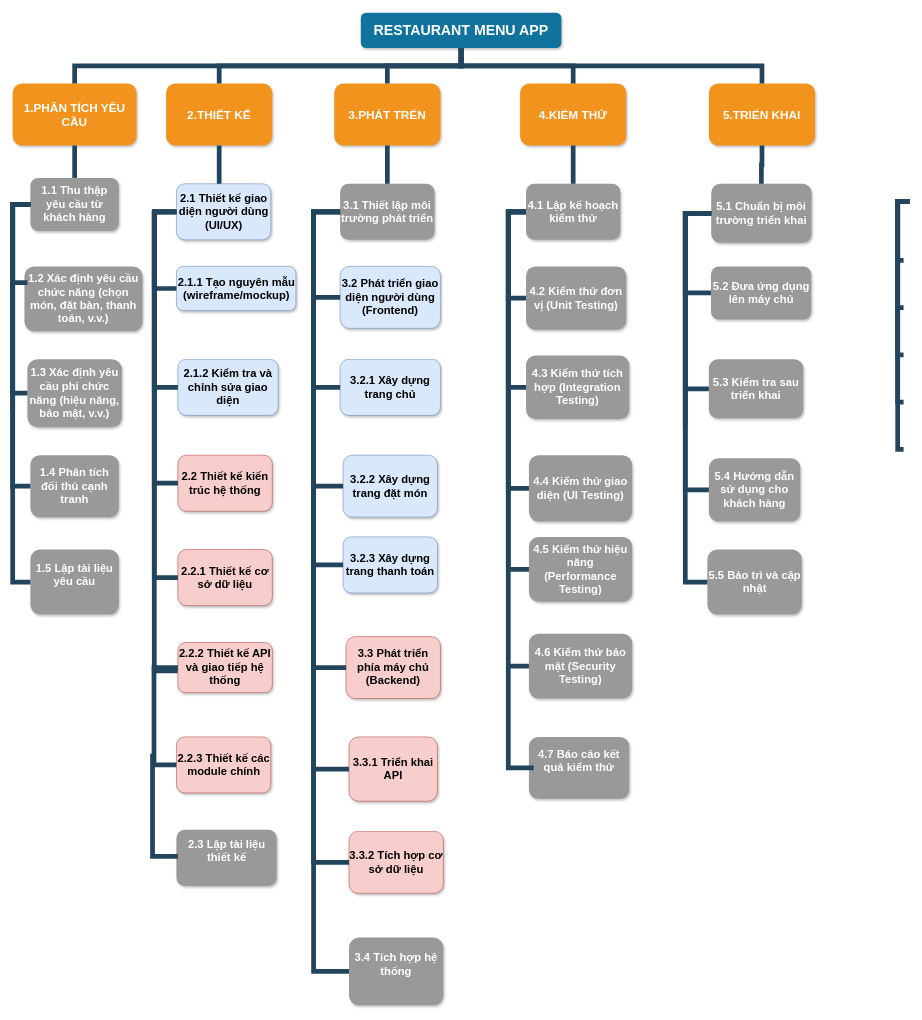
The draw.io diagram WBS.drawio in NhatBlue123/IndividualExercise, before the edit. Source tidied: cells renumbered, new cells numbered last; positions are measured from the earlier drawing's top-left corner, leaving out a move shared by most shapes. Both pictures are drawn from the tidied source at 59%, with x=0, y=0 at pixel (12, 12).
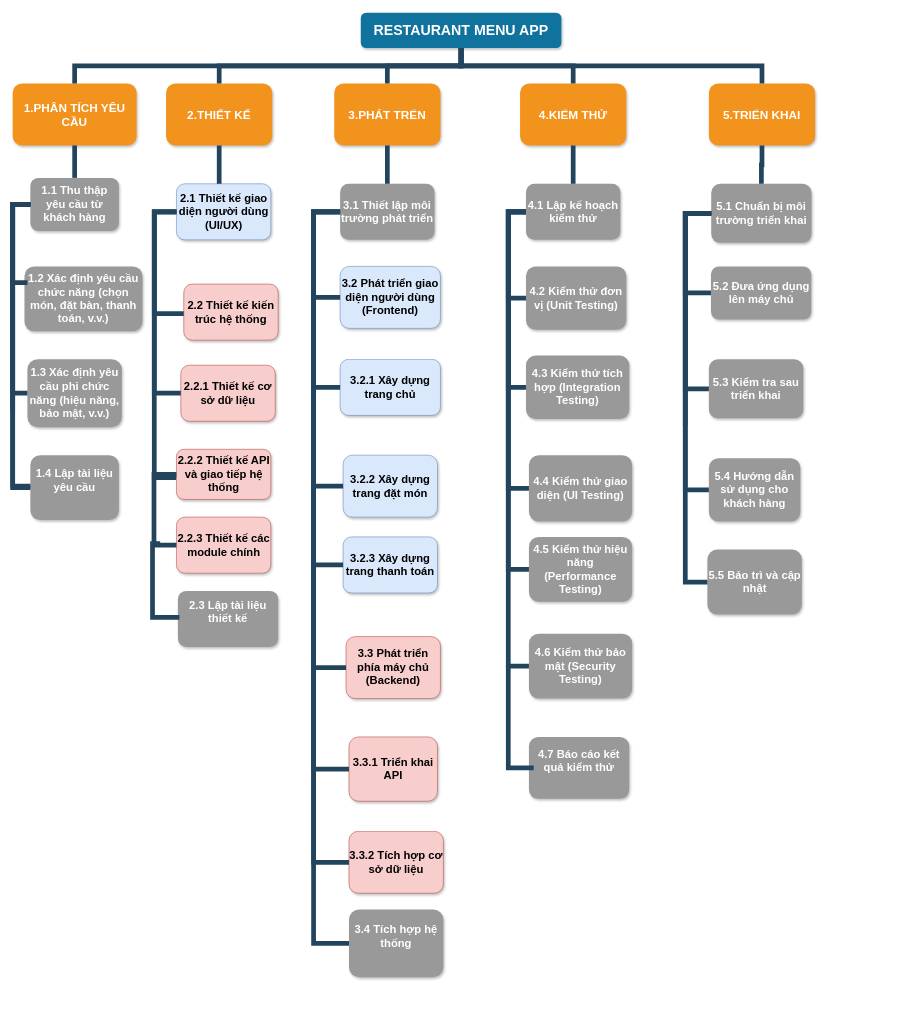
After the change.

Commit message:
Cập nhật WBS.drawio

Unchanged cells that the change refers to:
```xml
<mxCell id="8" value="1.1 Thu thập yêu cầu từ khách hàng" style="whiteSpace=wrap;rounded=1;fillColor=#999999;strokeColor=none;shadow=1;fontColor=#FFFFFF;fontSize=19;fontStyle=1;" parent="1" vertex="1">
  <mxGeometry x="30" y="280" width="150" height="90" as="geometry" />
</mxCell>
<mxCell id="13" value="2.1 Thiết kế giao diện người dùng (UI/UX)" style="whiteSpace=wrap;rounded=1;fillColor=#dae8fc;strokeColor=#6c8ebf;shadow=1;fontSize=19;fontStyle=1;" parent="1" vertex="1">
  <mxGeometry x="277.5" y="290" width="160" height="95" as="geometry" />
</mxCell>
```

The edit, as a diff of the source:
```diff
@@
-    <mxCell id="11" value="1.4 Phân tích đối thủ cạnh tranh" style="whiteSpace=wrap;rounded=1;fillColor=#999999;strokeColor=none;shadow=1;fontColor=#FFFFFF;fontStyle=1;fontSize=19;" parent="1" vertex="1">
-      <mxGeometry x="30" y="750" width="150" height="105" as="geometry" />
-    </mxCell>
-    <mxCell id="12" value="1.5 Lập tài liệu yêu cầu&#10;" style="whiteSpace=wrap;rounded=1;fillColor=#999999;strokeColor=none;shadow=1;fontColor=#FFFFFF;fontStyle=1;fontSize=19;" parent="1" vertex="1">
-      <mxGeometry x="30" y="910" width="150" height="110" as="geometry" />
+    <mxCell id="12" value="1.4 Lập tài liệu yêu cầu&#10;" style="whiteSpace=wrap;rounded=1;fillColor=#999999;strokeColor=none;shadow=1;fontColor=#FFFFFF;fontStyle=1;fontSize=19;" parent="1" vertex="1">
+      <mxGeometry x="30" y="750" width="150" height="110" as="geometry" />
     </mxCell>
@@
-    <mxCell id="14" value="2.1.1 Tạo nguyên mẫu (wireframe/mockup)" style="whiteSpace=wrap;rounded=1;fillColor=#dae8fc;strokeColor=#6c8ebf;shadow=1;fontStyle=1;fontSize=19;" parent="1" vertex="1">
-      <mxGeometry x="277.5" y="430" width="202.5" height="75" as="geometry" />
-    </mxCell>
-    <mxCell id="15" value="2.1.2 Kiểm tra và chỉnh sửa giao diện" style="whiteSpace=wrap;rounded=1;fillColor=#dae8fc;strokeColor=#6c8ebf;shadow=1;fontStyle=1;fontSize=19;" parent="1" vertex="1">
-      <mxGeometry x="280" y="587.5" width="170" height="95" as="geometry" />
-    </mxCell>
     <mxCell id="16" value="2.2 Thiết kế kiến trúc hệ thống" style="whiteSpace=wrap;rounded=1;fillColor=#f8cecc;strokeColor=#b85450;shadow=1;fontStyle=1;fontSize=19;" parent="1" vertex="1">
-      <mxGeometry x="280" y="750" width="160" height="95" as="geometry" />
+      <mxGeometry x="290" y="460" width="160" height="95" as="geometry" />
     </mxCell>
     <mxCell id="17" value="2.2.1 Thiết kế cơ sở dữ liệu" style="whiteSpace=wrap;rounded=1;fillColor=#f8cecc;strokeColor=#b85450;shadow=1;fontStyle=1;fontSize=19;" parent="1" vertex="1">
-      <mxGeometry x="280" y="910" width="160" height="95" as="geometry" />
+      <mxGeometry x="285" y="597.5" width="160" height="95" as="geometry" />
     </mxCell>
@@
-    <mxCell id="23" style="edgeStyle=elbowEdgeStyle;elbow=horizontal;rounded=0;fontColor=#000000;endArrow=none;endFill=0;strokeWidth=8;strokeColor=#23445D;fontSize=19;fontStyle=1;" parent="1" edge="1" source="8" target="11">
+    <mxCell id="23" style="edgeStyle=elbowEdgeStyle;elbow=horizontal;rounded=0;fontColor=#000000;endArrow=none;endFill=0;strokeWidth=8;strokeColor=#23445D;fontSize=19;fontStyle=1;" parent="1" edge="1" source="8">
       <mxGeometry relative="1" as="geometry">
+        <mxPoint x="30" y="802.5" as="targetPoint" />
         <Array as="points">
           <mxPoint y="435" />
         </Array>
       </mxGeometry>
     </mxCell>
@@
-    <mxCell id="25" style="edgeStyle=elbowEdgeStyle;elbow=horizontal;rounded=0;fontColor=#000000;endArrow=none;endFill=0;strokeWidth=8;strokeColor=#23445D;fontSize=19;fontStyle=1;" parent="1" edge="1" source="13" target="15">
-      <mxGeometry relative="1" as="geometry">
-        <Array as="points">
-          <mxPoint x="240" y="432.5" />
-        </Array>
-      </mxGeometry>
-    </mxCell>
@@
-    <mxCell id="60" style="edgeStyle=elbowEdgeStyle;elbow=horizontal;rounded=0;fontColor=#000000;endArrow=none;endFill=0;strokeWidth=8;strokeColor=#23445D;" parent="1" edge="1">
-      <mxGeometry relative="1" as="geometry">
-        <mxPoint x="1520" y="320" as="sourcePoint" />
-        <mxPoint x="1510" y="420" as="targetPoint" />
-        <Array as="points">
-          <mxPoint x="1500" y="370" />
-        </Array>
-      </mxGeometry>
-    </mxCell>
-    <mxCell id="61" style="edgeStyle=elbowEdgeStyle;elbow=horizontal;rounded=0;fontColor=#000000;endArrow=none;endFill=0;strokeWidth=8;strokeColor=#23445D;" parent="1" edge="1">
-      <mxGeometry relative="1" as="geometry">
-        <mxPoint x="1520" y="320" as="sourcePoint" />
-        <mxPoint x="1510" y="500" as="targetPoint" />
-        <Array as="points">
-          <mxPoint x="1500" y="410" />
-        </Array>
-      </mxGeometry>
-    </mxCell>
-    <mxCell id="62" style="edgeStyle=elbowEdgeStyle;elbow=horizontal;rounded=0;fontColor=#000000;endArrow=none;endFill=0;strokeWidth=8;strokeColor=#23445D;" parent="1" edge="1">
-      <mxGeometry relative="1" as="geometry">
-        <mxPoint x="1520" y="320" as="sourcePoint" />
-        <mxPoint x="1510" y="740" as="targetPoint" />
-        <Array as="points">
-          <mxPoint x="1500" y="540" />
-        </Array>
-      </mxGeometry>
-    </mxCell>
-    <mxCell id="63" style="edgeStyle=elbowEdgeStyle;elbow=horizontal;rounded=0;fontColor=#000000;endArrow=none;endFill=0;strokeWidth=8;strokeColor=#23445D;" parent="1" edge="1">
-      <mxGeometry relative="1" as="geometry">
-        <mxPoint x="1520" y="320" as="sourcePoint" />
-        <mxPoint x="1510" y="660" as="targetPoint" />
-        <Array as="points">
-          <mxPoint x="1500" y="490" />
-        </Array>
-      </mxGeometry>
-    </mxCell>
-    <mxCell id="64" style="edgeStyle=elbowEdgeStyle;elbow=horizontal;rounded=0;fontColor=#000000;endArrow=none;endFill=0;strokeWidth=8;strokeColor=#23445D;" parent="1" edge="1">
-      <mxGeometry relative="1" as="geometry">
-        <mxPoint x="1520" y="320" as="sourcePoint" />
-        <mxPoint x="1510" y="580" as="targetPoint" />
-        <Array as="points">
-          <mxPoint x="1500" y="460" />
-        </Array>
-      </mxGeometry>
-    </mxCell>
@@
     <mxCell id="74" value="2.2.2 Thiết kế API và giao tiếp hệ thống" style="whiteSpace=wrap;rounded=1;fillColor=#f8cecc;strokeColor=#b85450;shadow=1;fontStyle=1;fontSize=19;" parent="1" vertex="1">
-      <mxGeometry x="280" y="1067.5" width="160" height="85" as="geometry" />
+      <mxGeometry x="277.5" y="740" width="160" height="85" as="geometry" />
     </mxCell>
     <mxCell id="75" value="2.2.3 Thiết kế các module chính" style="whiteSpace=wrap;rounded=1;fillColor=#f8cecc;strokeColor=#b85450;shadow=1;fontStyle=1;fontSize=19;" parent="1" vertex="1">
-      <mxGeometry x="277.5" y="1227.5" width="160" height="95" as="geometry" />
+      <mxGeometry x="277.5" y="855" width="160" height="95" as="geometry" />
     </mxCell>
     <mxCell id="76" value="2.3 Lập tài liệu thiết kế&#10;" style="whiteSpace=wrap;rounded=1;fillColor=#999999;strokeColor=none;shadow=1;fontColor=#FFFFFF;fontStyle=1;fontSize=19;" parent="1" vertex="1">
-      <mxGeometry x="277.5" y="1385" width="170" height="95" as="geometry" />
+      <mxGeometry x="280" y="980" width="170" height="95" as="geometry" />
     </mxCell>
@@
     <mxCell id="79" value="3.4 Tích hợp hệ thống&#10;" style="whiteSpace=wrap;rounded=1;fillColor=#999999;strokeColor=none;shadow=1;fontColor=#FFFFFF;fontStyle=1;fontSize=19;" parent="1" vertex="1">
-      <mxGeometry x="570" y="1567.5" width="160" height="115" as="geometry" />
+      <mxGeometry x="570" y="1520" width="160" height="115" as="geometry" />
     </mxCell>
@@
-    <mxCell id="84" style="edgeStyle=elbowEdgeStyle;elbow=horizontal;rounded=0;fontColor=#000000;endArrow=none;endFill=0;strokeWidth=8;strokeColor=#23445D;fontSize=19;entryX=0;entryY=0.5;entryDx=0;entryDy=0;fontStyle=1;" parent="1" edge="1" target="14">
-      <mxGeometry relative="1" as="geometry">
-        <mxPoint x="240" y="340" as="sourcePoint" />
-        <Array as="points">
-          <mxPoint x="240" y="430" />
-        </Array>
-      </mxGeometry>
-    </mxCell>
@@
     <mxCell id="86" style="edgeStyle=elbowEdgeStyle;elbow=horizontal;rounded=0;fontColor=#000000;endArrow=none;endFill=0;strokeWidth=8;strokeColor=#23445D;fontSize=19;entryX=0.015;entryY=0.474;entryDx=0;entryDy=0;entryPerimeter=0;fontStyle=1;" parent="1" edge="1" target="76">
       <mxGeometry relative="1" as="geometry">
-        <mxPoint x="240" y="1260" as="sourcePoint" />
+        <mxPoint x="250" y="900" as="sourcePoint" />
         <Array as="points">
-          <mxPoint x="237" y="1280" />
+          <mxPoint x="237" y="1140" />
         </Array>
       </mxGeometry>
     </mxCell>
```
